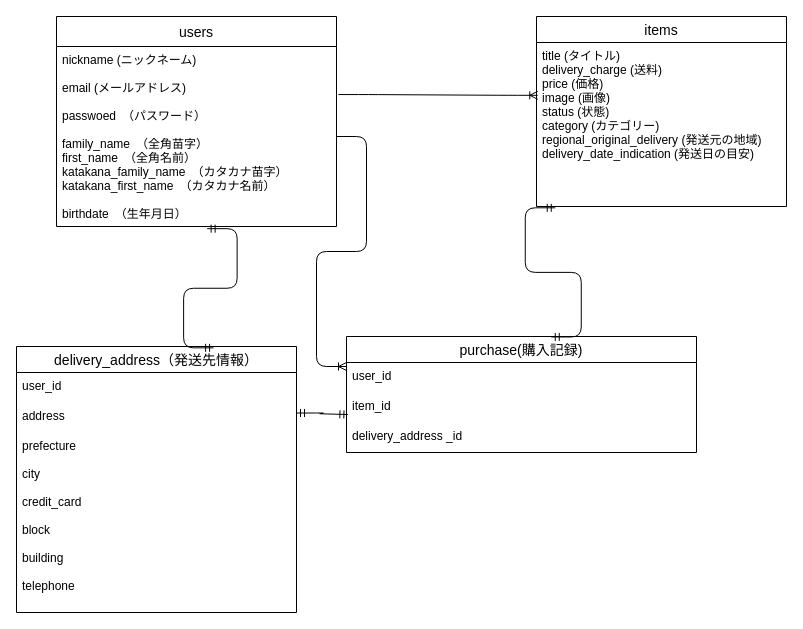
Above: db/detabase.dio in Drbeer-miyako/furima-35247 (draw.io), before the change. Source tidied: cells renumbered, new cells numbered last; positions are measured from the earlier drawing's top-left corner, leaving out a move shared by most shapes. Both pictures are drawn from the tidied source at 100%, with x=0, y=0 at pixel (16, 16).
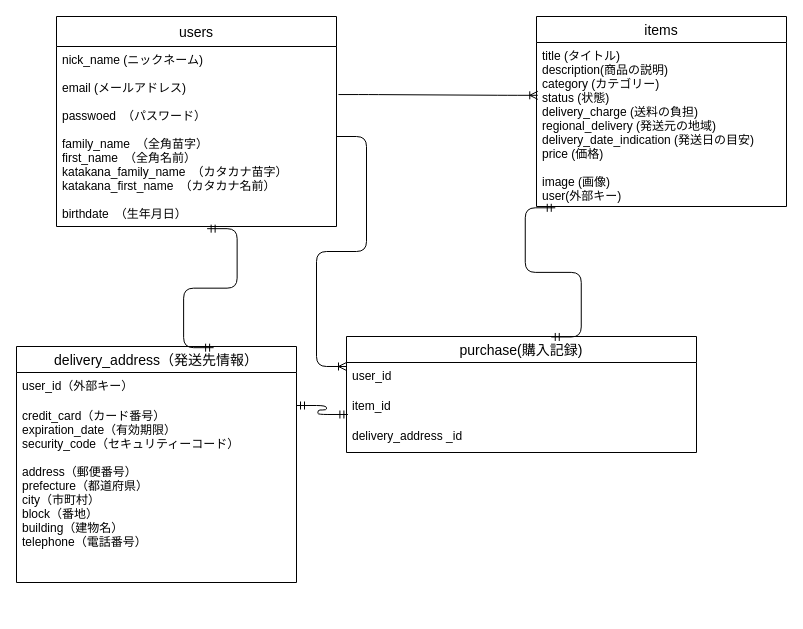
The same diagram, later.

Diff of the diagram source:
```diff
@@
 <mxGraphModel>
   <root>
     <mxCell id="0" />
     <mxCell id="1" parent="0" />
     <mxCell id="2" value="users" style="swimlane;fontStyle=0;horizontal=1;startSize=30;align=center;fontSize=14;" parent="1" vertex="1">
       <mxGeometry x="40" width="280" height="210" as="geometry" />
     </mxCell>
-    <mxCell id="3" value="nickname (ニックネーム)&#10;&#10;email (メールアドレス)&#10;&#10;passwoed　（パスワード）&#10;&#10;family_name　（全角苗字）&#10;first_name　（全角名前）&#10;katakana_family_name　（カタカナ苗字）&#10;katakana_first_name　（カタカナ名前）&#10;&#10;birthdate　（生年月日）&#10;&#10;" style="text;strokeColor=none;fillColor=none;spacingLeft=4;spacingRight=4;overflow=hidden;points=[[0,0.5],[1,0.5]];portConstraint=eastwest;fontSize=12;" parent="2" vertex="1">
+    <mxCell id="3" value="nick_name (ニックネーム)&#10;&#10;email (メールアドレス)&#10;&#10;passwoed　（パスワード）&#10;&#10;family_name　（全角苗字）&#10;first_name　（全角名前）&#10;katakana_family_name　（カタカナ苗字）&#10;katakana_first_name　（カタカナ名前）&#10;&#10;birthdate　（生年月日）&#10;&#10;" style="text;strokeColor=none;fillColor=none;spacingLeft=4;spacingRight=4;overflow=hidden;points=[[0,0.5],[1,0.5]];portConstraint=eastwest;fontSize=12;" parent="2" vertex="1">
       <mxGeometry y="30" width="280" height="180" as="geometry" />
     </mxCell>
     <mxCell id="4" value="items" style="swimlane;fontStyle=0;horizontal=1;startSize=26;align=center;fontSize=14;" parent="1" vertex="1">
       <mxGeometry x="520" width="250" height="190" as="geometry" />
     </mxCell>
-    <mxCell id="5" value="title (タイトル)&#10;delivery_charge (送料)&#10;price (価格)&#10;image (画像)&#10;status (状態)&#10;category (カテゴリー)&#10;regional_original_delivery (発送元の地域)&#10;delivery_date_indication (発送日の目安)&#10;&#10;" style="text;strokeColor=none;fillColor=none;spacingLeft=4;spacingRight=4;overflow=hidden;points=[[0,0.5],[1,0.5]];portConstraint=eastwest;fontSize=12;strokeWidth=1;" parent="4" vertex="1">
+    <mxCell id="5" value="title (タイトル)&#10;description(商品の説明)&#10;category (カテゴリー)&#10;status (状態)&#10;delivery_charge (送料の負担)&#10;regional_delivery (発送元の地域)&#10;delivery_date_indication (発送日の目安)&#10;price (価格)&#10;&#10;image (画像)&#10;user(外部キー)" style="text;strokeColor=none;fillColor=none;spacingLeft=4;spacingRight=4;overflow=hidden;points=[[0,0.5],[1,0.5]];portConstraint=eastwest;fontSize=12;strokeWidth=1;" parent="4" vertex="1">
       <mxGeometry y="26" width="250" height="164" as="geometry" />
     </mxCell>
     <mxCell id="6" value="purchase(購入記録)" style="swimlane;fontStyle=0;horizontal=1;startSize=26;align=center;fontSize=14;strokeWidth=1;" parent="1" vertex="1">
       <mxGeometry x="330" y="320" width="350" height="116" as="geometry" />
     </mxCell>
     <mxCell id="7" value="user_id" style="text;strokeColor=none;fillColor=none;spacingLeft=4;spacingRight=4;overflow=hidden;points=[[0,0.5],[1,0.5]];portConstraint=eastwest;fontSize=12;" parent="6" vertex="1">
       <mxGeometry y="26" width="350" height="30" as="geometry" />
     </mxCell>
     <mxCell id="8" value="item_id" style="text;strokeColor=none;fillColor=none;spacingLeft=4;spacingRight=4;overflow=hidden;points=[[0,0.5],[1,0.5]];portConstraint=eastwest;fontSize=12;" parent="6" vertex="1">
       <mxGeometry y="56" width="350" height="30" as="geometry" />
     </mxCell>
     <mxCell id="9" value="delivery_address _id" style="text;strokeColor=none;fillColor=none;spacingLeft=4;spacingRight=4;overflow=hidden;fontSize=12;" parent="6" vertex="1">
       <mxGeometry y="86" width="350" height="30" as="geometry" />
     </mxCell>
     <mxCell id="10" value="delivery_address（発送先情報）" style="swimlane;fontStyle=0;horizontal=1;startSize=26;align=center;fontSize=14;" parent="1" vertex="1">
-      <mxGeometry y="330" width="280" height="266" as="geometry" />
+      <mxGeometry y="330" width="280" height="236" as="geometry" />
     </mxCell>
-    <mxCell id="11" value="user_id&#10;" style="text;strokeColor=none;fillColor=none;spacingLeft=4;spacingRight=4;overflow=hidden;fontSize=12;" parent="10" vertex="1">
+    <mxCell id="11" value="user_id（外部キー）&#10;" style="text;strokeColor=none;fillColor=none;spacingLeft=4;spacingRight=4;overflow=hidden;fontSize=12;" parent="10" vertex="1">
       <mxGeometry y="26" width="280" height="30" as="geometry" />
     </mxCell>
-    <mxCell id="12" value="address" style="text;strokeColor=none;fillColor=none;spacingLeft=4;spacingRight=4;overflow=hidden;fontSize=12;" parent="10" vertex="1">
-      <mxGeometry y="56" width="280" height="30" as="geometry" />
-    </mxCell>
-    <mxCell id="13" value="prefecture&#10;&#10;city&#10;&#10;credit_card&#10;&#10;block&#10;&#10;building&#10;&#10;telephone" style="text;strokeColor=none;fillColor=none;spacingLeft=4;spacingRight=4;overflow=hidden;fontSize=12;" parent="10" vertex="1">
-      <mxGeometry y="86" width="280" height="180" as="geometry" />
+    <mxCell id="13" value="credit_card（カード番号）&#10;expiration_date（有効期限）&#10;security_code（セキュリティーコード）&#10;&#10;address（郵便番号）&#10;prefecture（都道府県）&#10;city（市町村）&#10;block（番地）&#10;building（建物名）&#10;telephone（電話番号）" style="text;strokeColor=none;fillColor=none;spacingLeft=4;spacingRight=4;overflow=hidden;fontSize=12;" parent="10" vertex="1">
+      <mxGeometry y="56" width="280" height="180" as="geometry" />
     </mxCell>
     <mxCell id="14" style="edgeStyle=entityRelationEdgeStyle;fontSize=12;html=1;endArrow=ERoneToMany;exitX=1.007;exitY=0.267;exitDx=0;exitDy=0;exitPerimeter=0;entryX=0.005;entryY=0.322;entryDx=0;entryDy=0;entryPerimeter=0;" parent="1" edge="1" source="3" target="5">
       <mxGeometry relative="1" as="geometry" />
     </mxCell>
     <mxCell id="15" style="edgeStyle=entityRelationEdgeStyle;fontSize=12;html=1;endArrow=ERmandOne;startArrow=ERmandOne;exitX=0.075;exitY=1.008;exitDx=0;exitDy=0;exitPerimeter=0;entryX=0.585;entryY=0.004;entryDx=0;entryDy=0;entryPerimeter=0;" parent="1" edge="1" source="5" target="6">
       <mxGeometry relative="1" as="geometry" />
     </mxCell>
     <mxCell id="16" style="edgeStyle=entityRelationEdgeStyle;fontSize=12;html=1;endArrow=ERmandOne;startArrow=ERmandOne;exitX=0.538;exitY=1.012;exitDx=0;exitDy=0;exitPerimeter=0;entryX=0.704;entryY=0.005;entryDx=0;entryDy=0;entryPerimeter=0;" parent="1" edge="1" source="3" target="10">
       <mxGeometry relative="1" as="geometry" />
     </mxCell>
     <mxCell id="17" style="edgeStyle=entityRelationEdgeStyle;fontSize=12;html=1;endArrow=ERoneToMany;exitX=1;exitY=0.5;exitDx=0;exitDy=0;entryX=0;entryY=0.133;entryDx=0;entryDy=0;entryPerimeter=0;" parent="1" edge="1" source="3" target="7">
       <mxGeometry relative="1" as="geometry" />
     </mxCell>
     <mxCell id="18" style="edgeStyle=entityRelationEdgeStyle;fontSize=12;html=1;endArrow=ERmandOne;startArrow=ERmandOne;exitX=1;exitY=0.25;exitDx=0;exitDy=0;entryX=0.004;entryY=0.733;entryDx=0;entryDy=0;entryPerimeter=0;" parent="1" edge="1" source="10" target="8">
       <mxGeometry relative="1" as="geometry" />
     </mxCell>
   </root>
 </mxGraphModel>
```
